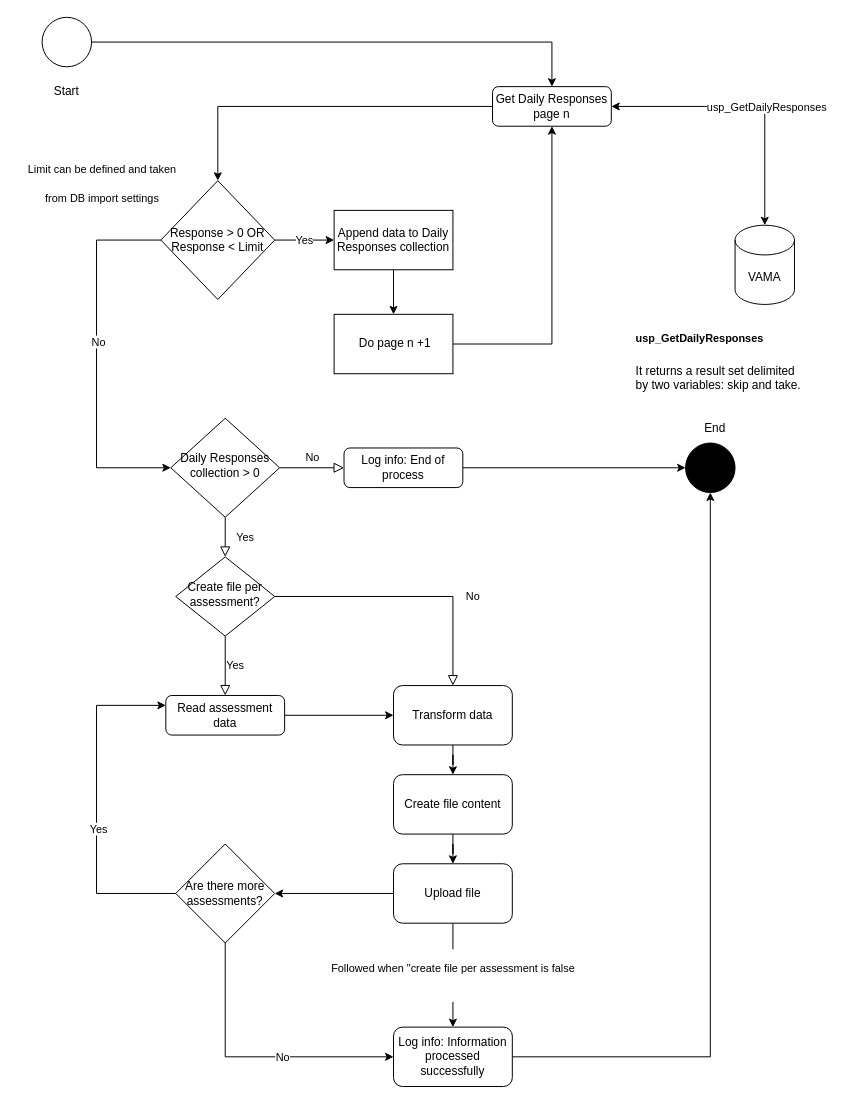
This is page "Proposal" (2 of 2) of Diagrama sin título.drawio from gmendozas/Various, a draw.io file, before an edit. Source tidied: cells renumbered, new cells numbered last; positions are measured from the earlier drawing's top-left corner, leaving out a move shared by most shapes. Both pictures are drawn from the tidied source at 99%, with x=0, y=0 at pixel (17, 17).
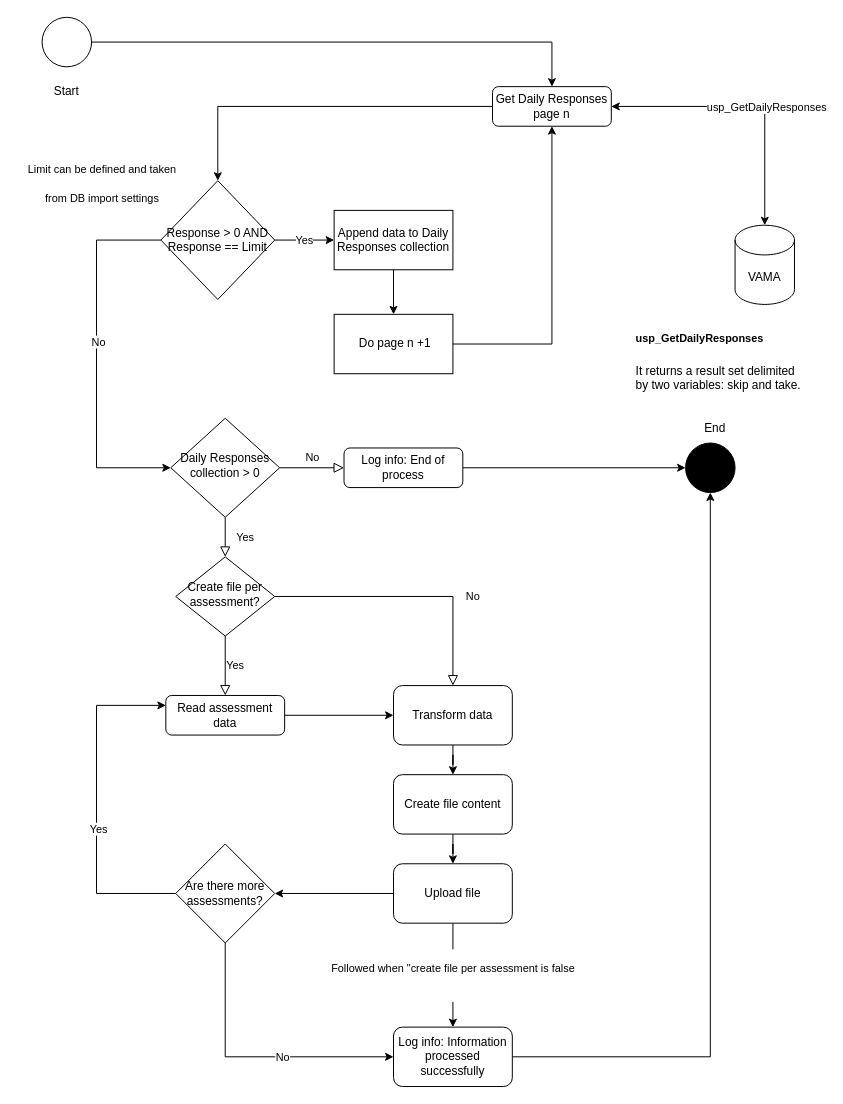
Above is the later version.

Diff of the diagram source:
```diff
@@
-    <mxCell id="39" value="Response &amp;gt; 0 OR Response &amp;lt; Limit" style="rhombus;whiteSpace=wrap;html=1;fillColor=#FFFFFF;" parent="1" vertex="1">
+    <mxCell id="39" value="Response &amp;gt; 0 AND Response == Limit" style="rhombus;whiteSpace=wrap;html=1;fillColor=#FFFFFF;" parent="1" vertex="1">
       <mxGeometry x="145" y="165" width="115" height="120" as="geometry" />
     </mxCell>
```
